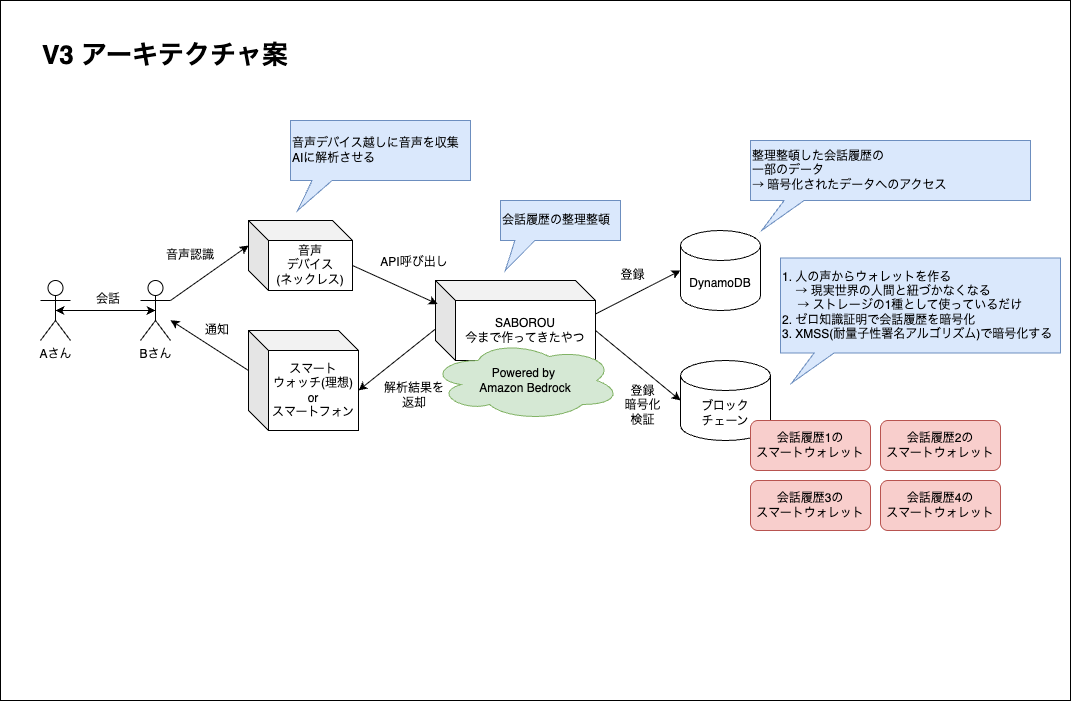
This is docs/drawio/saborou-architecture-v3.drawio.png from mashharuki/AWS-SummitHackathon-2026, a draw.io export, as it was before one commit. Source tidied: cells renumbered, new cells last; positions are measured from the earlier drawing's top-left corner, leaving out a move shared by most shapes.
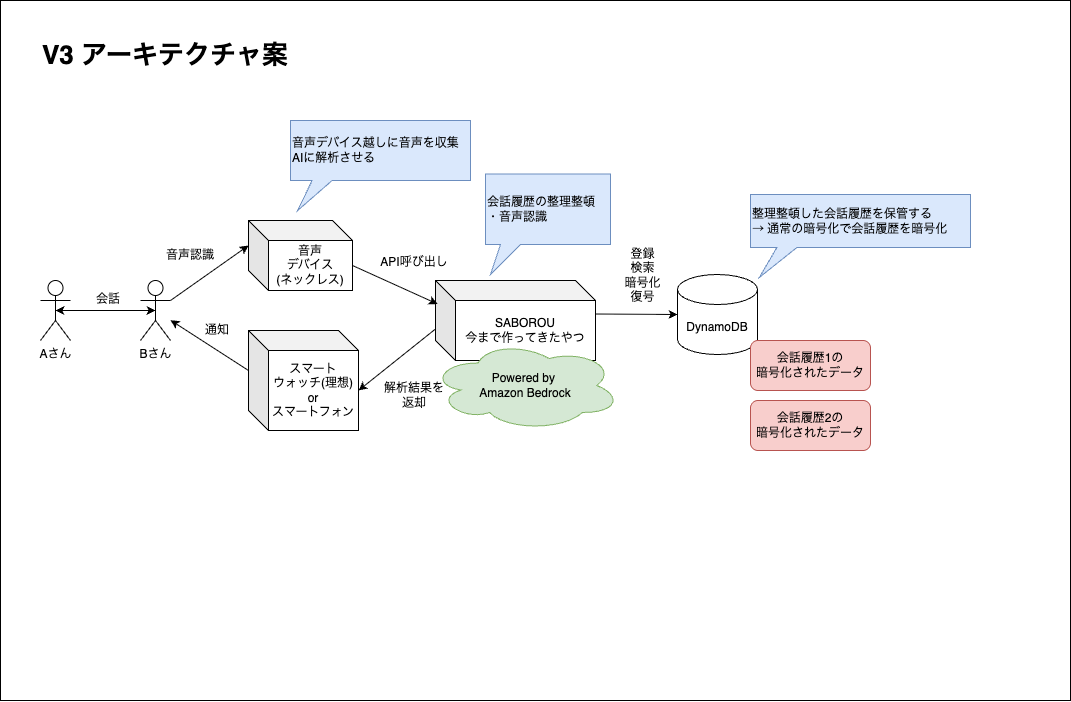
Above is the later version.

Diff of the diagram source:
```diff
@@ -23,26 +23,20 @@
     <mxCell id="8" value="SABOROU&lt;div&gt;今まで作ってきたやつ&lt;/div&gt;" style="shape=cube;whiteSpace=wrap;html=1;boundedLbl=1;backgroundOutline=1;darkOpacity=0.05;darkOpacity2=0.1;" parent="1" vertex="1">
       <mxGeometry x="435" y="280" width="160" height="80" as="geometry" />
     </mxCell>
-    <mxCell id="9" value="1. 人の声からウォレットを作る&lt;br&gt;&amp;nbsp; &amp;nbsp; → 現実世界の人間と紐づかなくなる&lt;br&gt;　 → ストレージの1種として使っているだけ&lt;br&gt;2. ゼロ知識証明で会話履歴を暗号化&lt;br&gt;3. XMSS(耐量子性署名アルゴリズム)で暗号化する" style="shape=callout;whiteSpace=wrap;html=1;perimeter=calloutPerimeter;align=left;size=30;position=0.12;position2=0.04;fillColor=#dae8fc;strokeColor=#6c8ebf;" parent="1" vertex="1">
-      <mxGeometry x="780" y="257.5" width="280" height="125" as="geometry" />
-    </mxCell>
     <mxCell id="10" value="DynamoDB" style="shape=cylinder3;whiteSpace=wrap;html=1;boundedLbl=1;backgroundOutline=1;size=15;" parent="1" vertex="1">
-      <mxGeometry x="680" y="230" width="80" height="80" as="geometry" />
+      <mxGeometry x="677" y="274" width="80" height="80" as="geometry" />
     </mxCell>
-    <mxCell id="11" value="ブロック&lt;div&gt;チェーン&lt;/div&gt;" style="shape=cylinder3;whiteSpace=wrap;html=1;boundedLbl=1;backgroundOutline=1;size=15;" parent="1" vertex="1">
-      <mxGeometry x="680" y="360" width="90" height="80" as="geometry" />
-    </mxCell>
     <mxCell id="12" value="Powered by&amp;nbsp;&lt;div&gt;Amazon Bedrock&lt;/div&gt;" style="ellipse;shape=cloud;whiteSpace=wrap;html=1;fillColor=#d5e8d4;strokeColor=#82b366;" parent="1" vertex="1">
-      <mxGeometry x="430" y="340" width="190" height="80" as="geometry" />
+      <mxGeometry x="430" y="340" width="190" height="90" as="geometry" />
     </mxCell>
     <mxCell id="13" value="音声デバイス越しに音声を収集&lt;br&gt;AIに解析させる" style="shape=callout;whiteSpace=wrap;html=1;perimeter=calloutPerimeter;align=left;size=30;position=0.12;position2=0.04;fillColor=#dae8fc;strokeColor=#6c8ebf;" parent="1" vertex="1">
       <mxGeometry x="290" y="120" width="180" height="90" as="geometry" />
     </mxCell>
-    <mxCell id="14" value="会話履歴の整理整頓" style="shape=callout;whiteSpace=wrap;html=1;perimeter=calloutPerimeter;align=left;size=30;position=0.12;position2=0.04;fillColor=#dae8fc;strokeColor=#6c8ebf;" parent="1" vertex="1">
-      <mxGeometry x="500" y="200" width="120" height="70" as="geometry" />
+    <mxCell id="14" value="会話履歴の整理整頓&lt;div&gt;・音声認識&lt;/div&gt;" style="shape=callout;whiteSpace=wrap;html=1;perimeter=calloutPerimeter;align=left;size=30;position=0.12;position2=0.04;fillColor=#dae8fc;strokeColor=#6c8ebf;" parent="1" vertex="1">
+      <mxGeometry x="485" y="173.5" width="125" height="100.5" as="geometry" />
     </mxCell>
-    <mxCell id="15" value="整理整頓した会話履歴の&lt;br&gt;一部のデータ&lt;br&gt;→ 暗号化されたデータへのアクセス" style="shape=callout;whiteSpace=wrap;html=1;perimeter=calloutPerimeter;align=left;size=30;position=0.12;position2=0.04;fillColor=#dae8fc;strokeColor=#6c8ebf;" parent="1" vertex="1">
-      <mxGeometry x="750" y="140" width="280" height="90" as="geometry" />
+    <mxCell id="15" value="整理整頓した会話履歴を保管する&lt;br&gt;→ 通常の暗号化&lt;span style=&quot;color: rgb(0, 0, 0);&quot;&gt;で会話履歴を暗号化&lt;br&gt;&lt;/span&gt;" style="shape=callout;whiteSpace=wrap;html=1;perimeter=calloutPerimeter;align=left;size=30;position=0.12;position2=0.04;fillColor=#dae8fc;strokeColor=#6c8ebf;" parent="1" vertex="1">
+      <mxGeometry x="750" y="194" width="220" height="83" as="geometry" />
     </mxCell>
     <mxCell id="16" style="endArrow=classic;startArrow=classic;html=1;entryX=0.5;entryY=0.5;entryDx=0;entryDy=0;entryPerimeter=0;exitX=0.5;exitY=0.5;exitDx=0;exitDy=0;exitPerimeter=0;" parent="1" edge="1" source="4" target="5">
       <mxGeometry relative="1" as="geometry" />
@@ -77,26 +71,14 @@
     <mxCell id="26" style="endArrow=classic;html=1;exitX=1;exitY=0.419;exitDx=0;exitDy=0;exitPerimeter=0;entryX=0;entryY=0.5;entryDx=0;entryDy=0;entryPerimeter=0;" parent="1" edge="1" source="8" target="10">
       <mxGeometry relative="1" as="geometry" />
     </mxCell>
-    <mxCell id="27" value="登録" style="text;html=1;align=center;verticalAlign=middle;whiteSpace=wrap;rounded=0;" parent="1" vertex="1">
-      <mxGeometry x="610" y="260" width="45" height="30" as="geometry" />
+    <mxCell id="27" value="登録&lt;div&gt;検索&lt;/div&gt;&lt;div&gt;暗号化&lt;/div&gt;&lt;div&gt;復号&lt;/div&gt;" style="text;html=1;align=center;verticalAlign=middle;whiteSpace=wrap;rounded=0;" parent="1" vertex="1">
+      <mxGeometry x="620" y="260" width="45" height="30" as="geometry" />
     </mxCell>
-    <mxCell id="28" value="登録&lt;br&gt;暗号化&lt;br&gt;検証" style="text;html=1;align=center;verticalAlign=middle;whiteSpace=wrap;rounded=0;" parent="1" vertex="1">
-      <mxGeometry x="620" y="390" width="45" height="30" as="geometry" />
-    </mxCell>
-    <mxCell id="29" style="endArrow=classic;html=1;exitX=0;exitY=0;exitDx=160;exitDy=50;exitPerimeter=0;entryX=0;entryY=0.5;entryDx=0;entryDy=0;entryPerimeter=0;" parent="1" edge="1" source="8" target="11">
-      <mxGeometry relative="1" as="geometry" />
-    </mxCell>
-    <mxCell id="30" value="会話履歴1の&lt;br&gt;スマートウォレット" style="rounded=1;whiteSpace=wrap;html=1;fillColor=#f8cecc;strokeColor=#b85450;" parent="1" vertex="1">
-      <mxGeometry x="750" y="420" width="120" height="50" as="geometry" />
+    <mxCell id="30" value="会話履歴1の&lt;br&gt;暗号化されたデータ" style="rounded=1;whiteSpace=wrap;html=1;fillColor=#f8cecc;strokeColor=#b85450;" parent="1" vertex="1">
+      <mxGeometry x="750" y="340" width="120" height="50" as="geometry" />
     </mxCell>
-    <mxCell id="31" value="会話履歴3の&lt;br&gt;スマートウォレット" style="rounded=1;whiteSpace=wrap;html=1;fillColor=#f8cecc;strokeColor=#b85450;" parent="1" vertex="1">
-      <mxGeometry x="750" y="480" width="120" height="50" as="geometry" />
+    <mxCell id="31" value="会話履歴2の&lt;br&gt;&lt;span style=&quot;color: rgb(0, 0, 0);&quot;&gt;暗号化されたデータ&lt;/span&gt;" style="rounded=1;whiteSpace=wrap;html=1;fillColor=#f8cecc;strokeColor=#b85450;" parent="1" vertex="1">
+      <mxGeometry x="750" y="400" width="120" height="50" as="geometry" />
     </mxCell>
-    <mxCell id="32" value="会話履歴2の&lt;br&gt;スマートウォレット" style="rounded=1;whiteSpace=wrap;html=1;fillColor=#f8cecc;strokeColor=#b85450;" parent="1" vertex="1">
-      <mxGeometry x="880" y="420" width="120" height="50" as="geometry" />
-    </mxCell>
-    <mxCell id="33" value="会話履歴4の&lt;br&gt;スマートウォレット" style="rounded=1;whiteSpace=wrap;html=1;fillColor=#f8cecc;strokeColor=#b85450;" parent="1" vertex="1">
-      <mxGeometry x="880" y="480" width="120" height="50" as="geometry" />
-    </mxCell>
   </root>
 </mxGraphModel>
```
